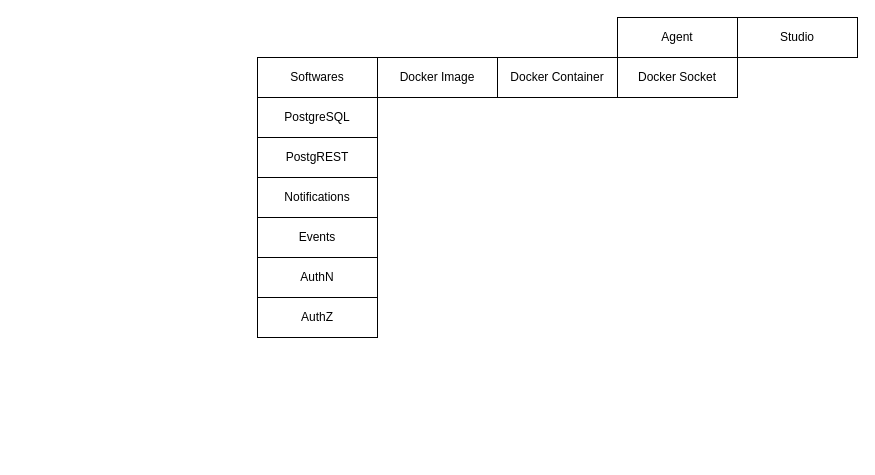
Above: README.dio in crestfall-sh/authn (draw.io), before the change. Source tidied: cells renumbered, new cells numbered last; positions are measured from the earlier drawing's top-left corner, leaving out a move shared by most shapes. Both pictures are drawn from the tidied source at 100%, with x=0, y=0 at pixel (257, 17).
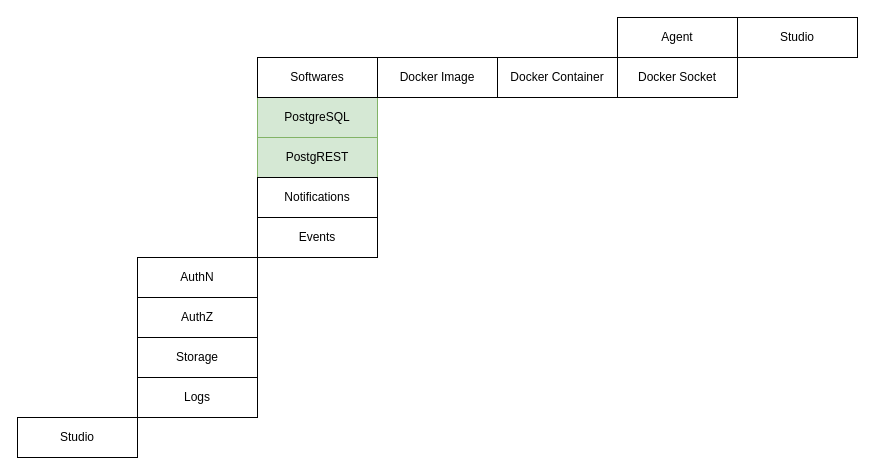
After the change.

Change to the diagram source:
```diff
@@
 <mxGraphModel>
   <root>
     <mxCell id="0" />
     <mxCell id="1" parent="0" />
     <mxCell id="2" value="AuthN" style="rounded=0;whiteSpace=wrap;html=1;" parent="1" vertex="1">
-      <mxGeometry y="240" width="120" height="40" as="geometry" />
+      <mxGeometry x="-120" y="240" width="120" height="40" as="geometry" />
     </mxCell>
-    <mxCell id="3" value="PostgreSQL" style="rounded=0;whiteSpace=wrap;html=1;" parent="1" vertex="1">
+    <mxCell id="3" value="PostgreSQL" style="rounded=0;whiteSpace=wrap;html=1;fillColor=#d5e8d4;strokeColor=#82b366;" parent="1" vertex="1">
       <mxGeometry y="80" width="120" height="40" as="geometry" />
     </mxCell>
-    <mxCell id="4" value="PostgREST" style="rounded=0;whiteSpace=wrap;html=1;" parent="1" vertex="1">
+    <mxCell id="4" value="PostgREST" style="rounded=0;whiteSpace=wrap;html=1;fillColor=#d5e8d4;strokeColor=#82b366;" parent="1" vertex="1">
       <mxGeometry y="120" width="120" height="40" as="geometry" />
     </mxCell>
     <mxCell id="5" value="AuthZ" style="rounded=0;whiteSpace=wrap;html=1;" parent="1" vertex="1">
-      <mxGeometry y="280" width="120" height="40" as="geometry" />
+      <mxGeometry x="-120" y="280" width="120" height="40" as="geometry" />
     </mxCell>
     <mxCell id="6" value="Agent" style="rounded=0;whiteSpace=wrap;html=1;" parent="1" vertex="1">
       <mxGeometry x="360" width="120" height="40" as="geometry" />
     </mxCell>
     <mxCell id="7" value="Docker Socket" style="rounded=0;whiteSpace=wrap;html=1;" parent="1" vertex="1">
       <mxGeometry x="360" y="40" width="120" height="40" as="geometry" />
     </mxCell>
     <mxCell id="8" value="Docker Image" style="rounded=0;whiteSpace=wrap;html=1;" parent="1" vertex="1">
       <mxGeometry x="120" y="40" width="120" height="40" as="geometry" />
     </mxCell>
     <mxCell id="9" value="Docker Container" style="rounded=0;whiteSpace=wrap;html=1;" parent="1" vertex="1">
       <mxGeometry x="240" y="40" width="120" height="40" as="geometry" />
     </mxCell>
     <mxCell id="10" value="Softwares" style="rounded=0;whiteSpace=wrap;html=1;" parent="1" vertex="1">
       <mxGeometry y="40" width="120" height="40" as="geometry" />
     </mxCell>
     <mxCell id="11" value="Studio" style="rounded=0;whiteSpace=wrap;html=1;" parent="1" vertex="1">
       <mxGeometry x="480" width="120" height="40" as="geometry" />
     </mxCell>
     <mxCell id="12" value="Notifications" style="rounded=0;whiteSpace=wrap;html=1;" parent="1" vertex="1">
       <mxGeometry y="160" width="120" height="40" as="geometry" />
     </mxCell>
     <mxCell id="13" value="Events" style="rounded=0;whiteSpace=wrap;html=1;" parent="1" vertex="1">
       <mxGeometry y="200" width="120" height="40" as="geometry" />
     </mxCell>
+    <mxCell id="14" value="Logs" style="rounded=0;whiteSpace=wrap;html=1;" parent="1" vertex="1">
+      <mxGeometry x="-120" y="360" width="120" height="40" as="geometry" />
+    </mxCell>
+    <mxCell id="15" value="Studio" style="rounded=0;whiteSpace=wrap;html=1;" parent="1" vertex="1">
+      <mxGeometry x="-240" y="400" width="120" height="40" as="geometry" />
+    </mxCell>
+    <mxCell id="16" value="Storage" style="rounded=0;whiteSpace=wrap;html=1;" parent="1" vertex="1">
+      <mxGeometry x="-120" y="320" width="120" height="40" as="geometry" />
+    </mxCell>
   </root>
 </mxGraphModel>
```
